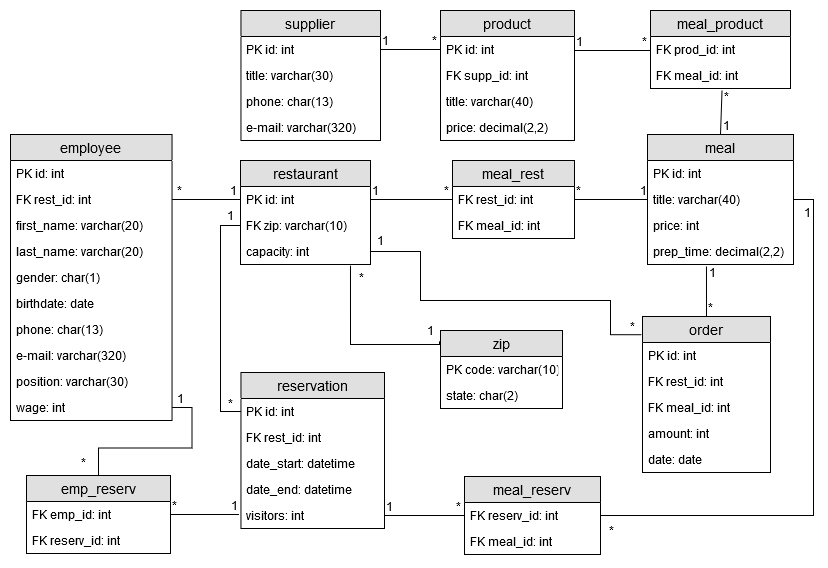
olesiamelnychyn/Project-DBS keeps this draw.io diagram as img/Physical Diagram.png. Above is the earlier version. Source tidied: cells renumbered, new cells last; positions are measured from the earlier drawing's top-left corner, leaving out a move shared by most shapes.
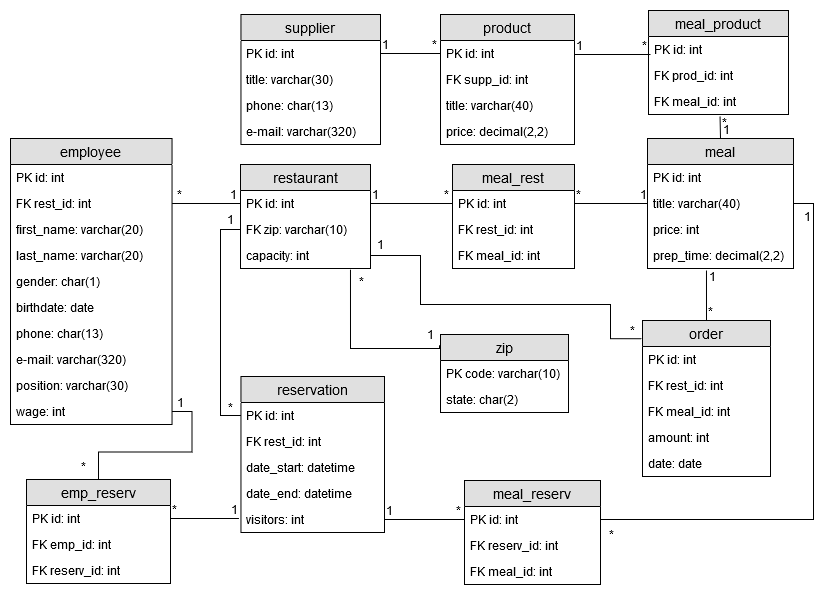
Above is the later version.

Change to the diagram source:
```diff
@@ -30,22 +30,25 @@
       <mxGeometry y="104" width="134" height="26" as="geometry" />
     </mxCell>
     <mxCell id="11" value="meal_product" style="swimlane;fontStyle=0;horizontal=1;startSize=26;fillColor=#e0e0e0;swimlaneFillColor=#ffffff;align=center;fontSize=14;" parent="1" vertex="1">
-      <mxGeometry x="640" width="140" height="78" as="geometry" />
+      <mxGeometry x="638" y="-4" width="140" height="104" as="geometry" />
     </mxCell>
-    <mxCell id="12" value="FK prod_id: int" style="text;strokeColor=none;fillColor=none;spacingLeft=4;spacingRight=4;overflow=hidden;fontSize=12;" parent="11" vertex="1">
+    <mxCell id="12" value="PK id: int" style="text;strokeColor=none;fillColor=none;spacingLeft=4;spacingRight=4;overflow=hidden;fontSize=12;" parent="11" vertex="1">
       <mxGeometry y="26" width="140" height="26" as="geometry" />
     </mxCell>
+    <mxCell id="102" value="FK prod_id: int" style="text;strokeColor=none;fillColor=none;spacingLeft=4;spacingRight=4;overflow=hidden;fontSize=12;" parent="11" vertex="1">
+      <mxGeometry y="52" width="140" height="26" as="geometry" />
+    </mxCell>
     <mxCell id="13" value="FK meal_id: int" style="text;strokeColor=none;fillColor=none;spacingLeft=4;spacingRight=4;overflow=hidden;points=[[0,0.5],[1,0.5]];portConstraint=eastwest;fontSize=12;" parent="11" vertex="1">
-      <mxGeometry y="52" width="140" height="26" as="geometry" />
+      <mxGeometry y="78" width="140" height="26" as="geometry" />
     </mxCell>
     <mxCell id="14" value="zip" style="swimlane;fontStyle=0;horizontal=1;startSize=26;fillColor=#e0e0e0;swimlaneFillColor=#ffffff;align=center;fontSize=14;" parent="1" vertex="1">
-      <mxGeometry x="430" y="320" width="122" height="78" as="geometry" />
+      <mxGeometry x="430" y="320" width="128" height="78" as="geometry" />
     </mxCell>
     <mxCell id="15" value="PK code: varchar(10)" style="text;strokeColor=none;fillColor=none;spacingLeft=4;spacingRight=4;overflow=hidden;fontSize=12;" parent="14" vertex="1">
-      <mxGeometry y="26" width="122" height="26" as="geometry" />
+      <mxGeometry y="26" width="128" height="26" as="geometry" />
     </mxCell>
     <mxCell id="16" value="state: char(2)" style="text;strokeColor=none;fillColor=none;spacingLeft=4;spacingRight=4;overflow=hidden;fontSize=12;" parent="14" vertex="1">
-      <mxGeometry y="52" width="122" height="26" as="geometry" />
+      <mxGeometry y="52" width="128" height="26" as="geometry" />
     </mxCell>
     <mxCell id="17" value="supplier" style="swimlane;fontStyle=0;horizontal=1;startSize=26;fillColor=#e0e0e0;swimlaneFillColor=#ffffff;align=center;fontSize=14;" parent="1" vertex="1">
       <mxGeometry x="230.5" width="139.5" height="130" as="geometry" />
@@ -160,13 +163,16 @@
       <mxGeometry x="210" y="195" width="20" height="20" as="geometry" />
     </mxCell>
     <mxCell id="52" value="meal_rest" style="swimlane;fontStyle=0;horizontal=1;startSize=26;fillColor=#e0e0e0;swimlaneFillColor=#ffffff;align=center;fontSize=14;" parent="1" vertex="1">
-      <mxGeometry x="442" y="150" width="122" height="78" as="geometry" />
+      <mxGeometry x="442" y="150" width="122" height="104" as="geometry" />
     </mxCell>
-    <mxCell id="53" value="FK rest_id: int" style="text;strokeColor=none;fillColor=none;spacingLeft=4;spacingRight=4;overflow=hidden;fontSize=12;" parent="52" vertex="1">
+    <mxCell id="53" value="PK id: int" style="text;strokeColor=none;fillColor=none;spacingLeft=4;spacingRight=4;overflow=hidden;fontSize=12;" parent="52" vertex="1">
       <mxGeometry y="26" width="122" height="26" as="geometry" />
     </mxCell>
+    <mxCell id="103" value="FK rest_id: int" style="text;strokeColor=none;fillColor=none;spacingLeft=4;spacingRight=4;overflow=hidden;fontSize=12;" parent="52" vertex="1">
+      <mxGeometry y="52" width="122" height="26" as="geometry" />
+    </mxCell>
     <mxCell id="54" value="FK meal_id: int" style="text;strokeColor=none;fillColor=none;spacingLeft=4;spacingRight=4;overflow=hidden;fontSize=12;" parent="52" vertex="1">
-      <mxGeometry y="52" width="122" height="26" as="geometry" />
+      <mxGeometry y="78" width="122" height="26" as="geometry" />
     </mxCell>
     <mxCell id="55" style="endArrow=none;html=1;rounded=0;exitX=1;exitY=0.5;exitDx=0;exitDy=0;" parent="1" edge="1" source="18">
       <mxGeometry relative="1" as="geometry">
@@ -295,22 +301,28 @@
       <mxGeometry x="787" y="192" width="20" height="20" as="geometry" />
     </mxCell>
     <mxCell id="85" value="emp_reserv" style="swimlane;fontStyle=0;horizontal=1;startSize=26;fillColor=#e0e0e0;swimlaneFillColor=#ffffff;align=center;fontSize=14;" parent="1" vertex="1">
-      <mxGeometry x="16" y="465" width="144" height="78" as="geometry" />
+      <mxGeometry x="16" y="465" width="144" height="104" as="geometry" />
     </mxCell>
-    <mxCell id="86" value="FK emp_id: int" style="text;strokeColor=none;fillColor=none;spacingLeft=4;spacingRight=4;overflow=hidden;fontSize=12;" parent="85" vertex="1">
+    <mxCell id="86" value="PK id: int" style="text;strokeColor=none;fillColor=none;spacingLeft=4;spacingRight=4;overflow=hidden;fontSize=12;" parent="85" vertex="1">
       <mxGeometry y="26" width="144" height="26" as="geometry" />
     </mxCell>
+    <mxCell id="104" value="FK emp_id: int" style="text;strokeColor=none;fillColor=none;spacingLeft=4;spacingRight=4;overflow=hidden;fontSize=12;" parent="85" vertex="1">
+      <mxGeometry y="52" width="144" height="26" as="geometry" />
+    </mxCell>
     <mxCell id="87" value="FK reserv_id: int" style="text;strokeColor=none;fillColor=none;spacingLeft=4;spacingRight=4;overflow=hidden;fontSize=12;" parent="85" vertex="1">
-      <mxGeometry y="52" width="144" height="26" as="geometry" />
+      <mxGeometry y="78" width="144" height="26" as="geometry" />
     </mxCell>
     <mxCell id="88" value="meal_reserv" style="swimlane;fontStyle=0;horizontal=1;startSize=26;fillColor=#e0e0e0;swimlaneFillColor=#ffffff;align=center;fontSize=14;" parent="1" vertex="1">
-      <mxGeometry x="454" y="466" width="136" height="78" as="geometry" />
+      <mxGeometry x="454" y="466" width="136" height="104" as="geometry" />
     </mxCell>
-    <mxCell id="89" value="FK reserv_id: int" style="text;strokeColor=none;fillColor=none;spacingLeft=4;spacingRight=4;overflow=hidden;points=[[0,0.5],[1,0.5]];portConstraint=eastwest;fontSize=12;" parent="88" vertex="1">
+    <mxCell id="89" value="PK id: int" style="text;strokeColor=none;fillColor=none;spacingLeft=4;spacingRight=4;overflow=hidden;points=[[0,0.5],[1,0.5]];portConstraint=eastwest;fontSize=12;" parent="88" vertex="1">
       <mxGeometry y="26" width="136" height="26" as="geometry" />
     </mxCell>
+    <mxCell id="105" value="FK reserv_id: int" style="text;strokeColor=none;fillColor=none;spacingLeft=4;spacingRight=4;overflow=hidden;fontSize=12;" parent="88" vertex="1">
+      <mxGeometry y="52" width="136" height="26" as="geometry" />
+    </mxCell>
     <mxCell id="90" value="FK meal_id: int" style="text;strokeColor=none;fillColor=none;spacingLeft=4;spacingRight=4;overflow=hidden;fontSize=12;" parent="88" vertex="1">
-      <mxGeometry y="52" width="136" height="26" as="geometry" />
+      <mxGeometry y="78" width="136" height="26" as="geometry" />
     </mxCell>
     <mxCell id="91" value="order" style="swimlane;fontStyle=0;horizontal=1;startSize=26;fillColor=#e0e0e0;swimlaneFillColor=#ffffff;align=center;fontSize=14;" parent="1" vertex="1">
       <mxGeometry x="632" y="306" width="128" height="156" as="geometry" />
```
